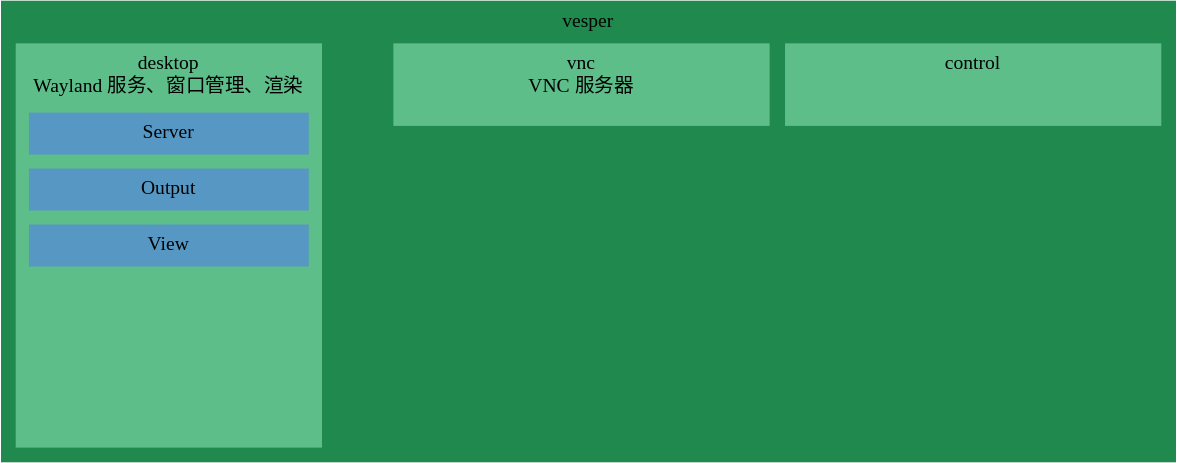
Before: doc/images/vesper-overview.drawio.svg, a diagram exported from draw.io (FlowerBlackG/vesper). Source tidied: cells renumbered, new cells last; positions are measured from the earlier drawing's top-left corner, leaving out a move shared by most shapes.
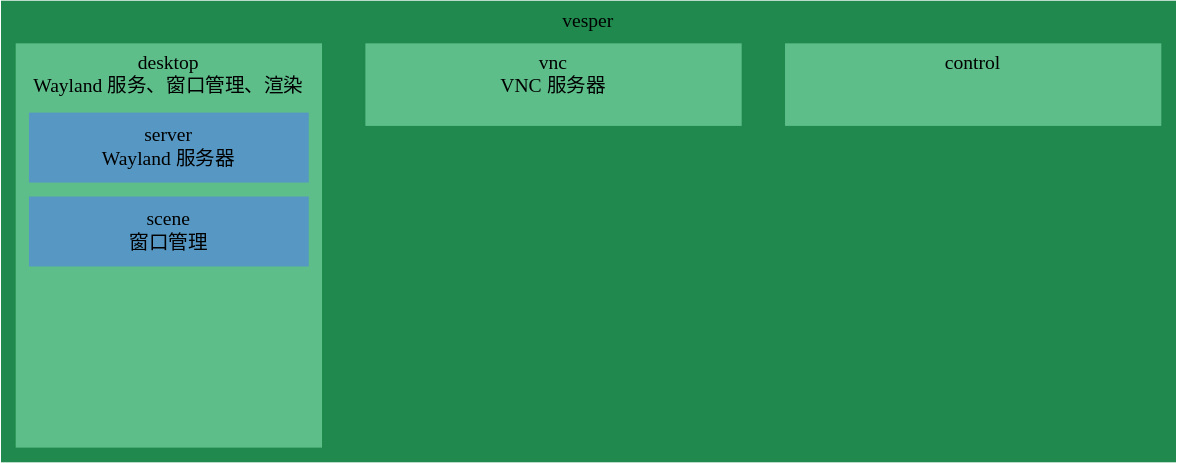
Later version of the same file.

The edit, as a diff of the source:
```diff
@@ -9,19 +9,16 @@
       <mxGeometry x="10" y="30" width="220" height="290" as="geometry" />
     </mxCell>
     <mxCell id="4" value="vnc&lt;br style=&quot;font-size: 14px;&quot;&gt;VNC 服务器" style="rounded=0;whiteSpace=wrap;html=1;fontFamily=MiSans;align=center;verticalAlign=top;fillColor=#5DBE8A;strokeColor=#20894d;fontSize=14;fontColor=#000000;" parent="1" vertex="1">
-      <mxGeometry x="280" y="30" width="270" height="60" as="geometry" />
+      <mxGeometry x="260" y="30" width="270" height="60" as="geometry" />
     </mxCell>
     <mxCell id="5" value="control" style="rounded=0;whiteSpace=wrap;html=1;fontFamily=MiSans;align=center;verticalAlign=top;fillColor=#5DBE8A;strokeColor=#20894d;fontSize=14;fontColor=#000000;" parent="1" vertex="1">
       <mxGeometry x="560" y="30" width="270" height="60" as="geometry" />
     </mxCell>
-    <mxCell id="6" value="Server" style="rounded=0;whiteSpace=wrap;html=1;fontFamily=MiSans;align=center;verticalAlign=top;fillColor=#5698c3;strokeColor=none;fontSize=14;fontColor=#000000;" parent="1" vertex="1">
-      <mxGeometry x="20" y="80" width="200" height="30" as="geometry" />
+    <mxCell id="6" value="server&lt;br&gt;Wayland 服务器" style="rounded=0;whiteSpace=wrap;html=1;fontFamily=MiSans;align=center;verticalAlign=middle;fillColor=#5698c3;strokeColor=none;fontSize=14;fontColor=#000000;" parent="1" vertex="1">
+      <mxGeometry x="20" y="80" width="200" height="50" as="geometry" />
     </mxCell>
-    <mxCell id="7" value="Output" style="rounded=0;whiteSpace=wrap;html=1;fontFamily=MiSans;align=center;verticalAlign=top;fillColor=#5698c3;strokeColor=none;fontSize=14;fontColor=#000000;" parent="1" vertex="1">
-      <mxGeometry x="20" y="120" width="200" height="30" as="geometry" />
-    </mxCell>
-    <mxCell id="8" value="View" style="rounded=0;whiteSpace=wrap;html=1;fontFamily=MiSans;align=center;verticalAlign=top;fillColor=#5698c3;strokeColor=none;fontSize=14;fontColor=#000000;" parent="1" vertex="1">
-      <mxGeometry x="20" y="160" width="200" height="30" as="geometry" />
+    <mxCell id="8" value="scene&lt;br&gt;窗口管理" style="rounded=0;whiteSpace=wrap;html=1;fontFamily=MiSans;align=center;verticalAlign=middle;fillColor=#5698c3;strokeColor=none;fontSize=14;fontColor=#000000;" parent="1" vertex="1">
+      <mxGeometry x="20" y="140" width="200" height="50" as="geometry" />
     </mxCell>
   </root>
 </mxGraphModel>
```
